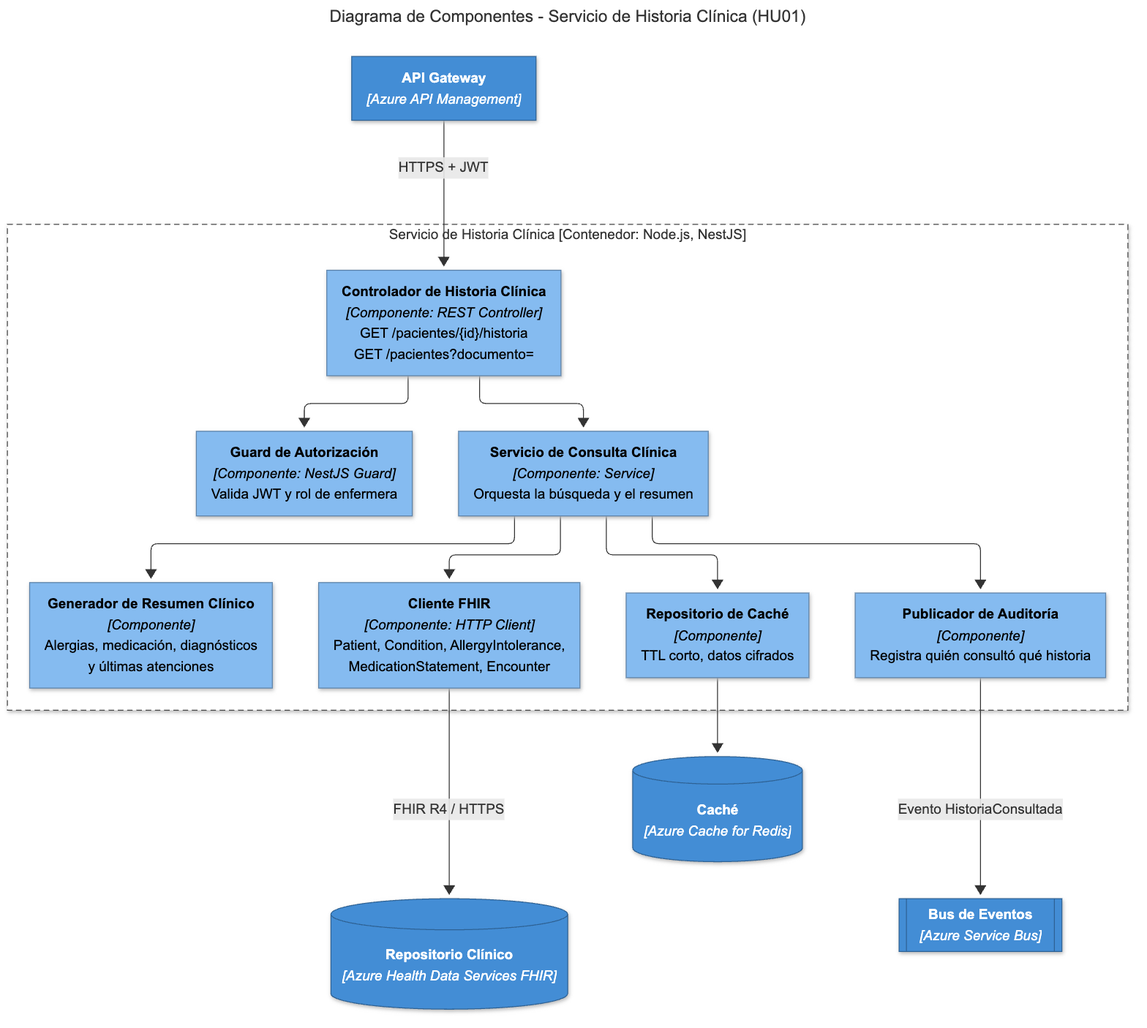
Earlier version of the Mermaid export diagramas/03a-componentes-historia-clinica.png (Jordy-Lv/medical-health-cloud-architecture). Its source is kept beside it as diagramas/03a-componentes-historia-clinica.mmd.
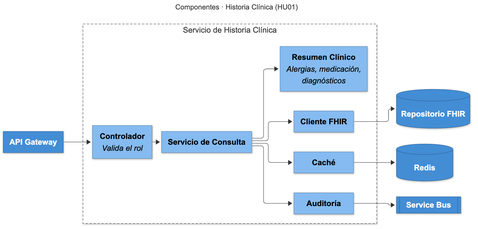
After the commit.

Change to the diagram source:
```diff
@@ -1,38 +1,30 @@
 ---
-title: Diagrama de Componentes - Servicio de Historia Clínica (HU01)
+title: Componentes · Historia Clínica (HU01)
 ---
-flowchart TB
-  gateway["<b>API Gateway</b><br/><i>[Azure API Management]</i>"]
-
-  subgraph svc["Servicio de Historia Clínica [Contenedor: Node.js, NestJS]"]
-    direction TB
-    controlador["<b>Controlador de Historia Clínica</b><br/><i>[Componente: REST Controller]</i><br/>GET /pacientes/{id}/historia<br/>GET /pacientes?documento="]
-    guard["<b>Guard de Autorización</b><br/><i>[Componente: NestJS Guard]</i><br/>Valida JWT y rol de enfermera"]
-    servicio["<b>Servicio de Consulta Clínica</b><br/><i>[Componente: Service]</i><br/>Orquesta la búsqueda y el resumen"]
-    resumidor["<b>Generador de Resumen Clínico</b><br/><i>[Componente]</i><br/>Alergias, medicación, diagnósticos<br/>y últimas atenciones"]
-    clienteFhir["<b>Cliente FHIR</b><br/><i>[Componente: HTTP Client]</i><br/>Patient, Condition, AllergyIntolerance,<br/>MedicationStatement, Encounter"]
-    cacheRepo["<b>Repositorio de Caché</b><br/><i>[Componente]</i><br/>TTL corto, datos cifrados"]
-    auditoria["<b>Publicador de Auditoría</b><br/><i>[Componente]</i><br/>Registra quién consultó qué historia"]
+flowchart LR
+  gateway["<b>API Gateway</b>"]
+  subgraph svc["Servicio de Historia Clínica"]
+    direction LR
+    controlador["<b>Controlador</b><br/><i>Valida el rol</i>"]
+    servicio["<b>Servicio de Consulta</b>"]
+    resumen["<b>Resumen Clínico</b><br/><i>Alergias, medicación,<br/>diagnósticos</i>"]
+    cliente["<b>Cliente FHIR</b>"]
+    cacheC["<b>Caché</b>"]
+    auditoria["<b>Auditoría</b>"]
   end
-
-  fhir[("<b>Repositorio Clínico</b><br/><i>[Azure Health Data Services FHIR]</i>")]
-  cache[("<b>Caché</b><br/><i>[Azure Cache for Redis]</i>")]
-  bus[["<b>Bus de Eventos</b><br/><i>[Azure Service Bus]</i>"]]
-
-  gateway -- "HTTPS + JWT" --> controlador
-  controlador --> guard
-  controlador --> servicio
-  servicio --> resumidor
-  servicio --> clienteFhir
-  servicio --> cacheRepo
-  servicio --> auditoria
-  clienteFhir -- "FHIR R4 / HTTPS" --> fhir
-  cacheRepo --> cache
-  auditoria -- "Evento HistoriaConsultada" --> bus
-
-  classDef componente fill:#85bbf0,stroke:#5d82a8,color:#000000
-  classDef contenedor fill:#438dd5,stroke:#2e6295,color:#ffffff
-  classDef externo fill:#8a8a8a,stroke:#6b6b6b,color:#ffffff
-  class controlador,guard,servicio,resumidor,clienteFhir,cacheRepo,auditoria componente
-  class gateway,fhir,cache,bus contenedor
+  fhir[("<b>Repositorio FHIR</b>")]
+  redis[("<b>Redis</b>")]
+  bus[["<b>Service Bus</b>"]]
+  gateway --> controlador --> servicio
+  servicio --> resumen
+  servicio --> cliente --> fhir
+  servicio --> cacheC --> redis
+  servicio --> auditoria --> bus
+  classDef persona fill:#08427b,stroke:#052e56,color:#ffffff,font-size:20px
+  classDef sistema fill:#1168bd,stroke:#0b4884,color:#ffffff,font-size:22px
+  classDef contenedor fill:#438dd5,stroke:#2e6295,color:#ffffff,font-size:20px
+  classDef componente fill:#85bbf0,stroke:#5d82a8,color:#000000,font-size:20px
+  classDef externo fill:#8a8a8a,stroke:#6b6b6b,color:#ffffff,font-size:20px
+  class controlador,servicio,resumen,cliente,cacheC,auditoria componente
+  class gateway,fhir,redis,bus contenedor
   style svc fill:#ffffff,stroke:#444444,stroke-dasharray:6 4
```
